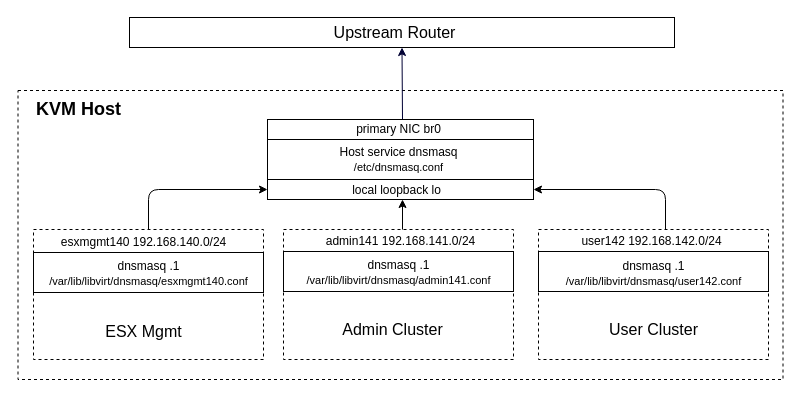
Before: diagrams/anthos-dnsmasq.drawio in fabianlee/anthos-nested-esx-manual, a draw.io diagram. Source tidied: cells renumbered, new cells numbered last; positions are measured from the earlier drawing's top-left corner, leaving out a move shared by most shapes. Both pictures are drawn from the tidied source at 100%, with x=0, y=0 at pixel (17, 17).
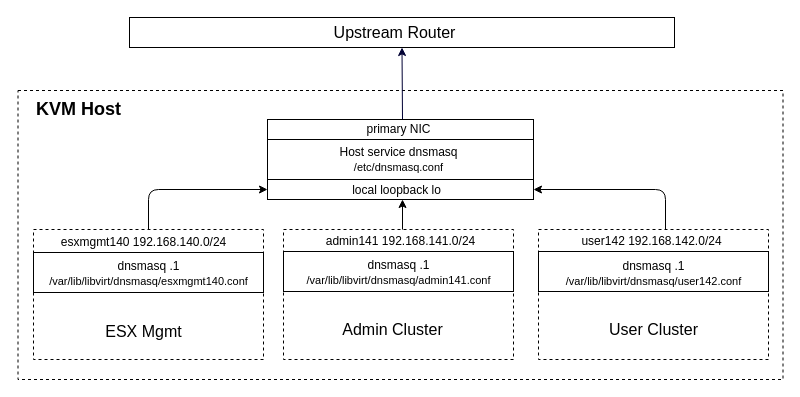
After the change.

What changed in the source:
```diff
@@
-    <mxCell id="19" value="primary NIC br0" style="text;html=1;align=center;verticalAlign=middle;strokeColor=none;" parent="1" vertex="1">
-      <mxGeometry x="331" y="102" width="100" height="20" as="geometry" />
+    <mxCell id="19" value="primary NIC" style="text;html=1;align=center;verticalAlign=middle;strokeColor=none;" parent="1" vertex="1">
+      <mxGeometry x="341" y="102" width="80" height="20" as="geometry" />
     </mxCell>
```
